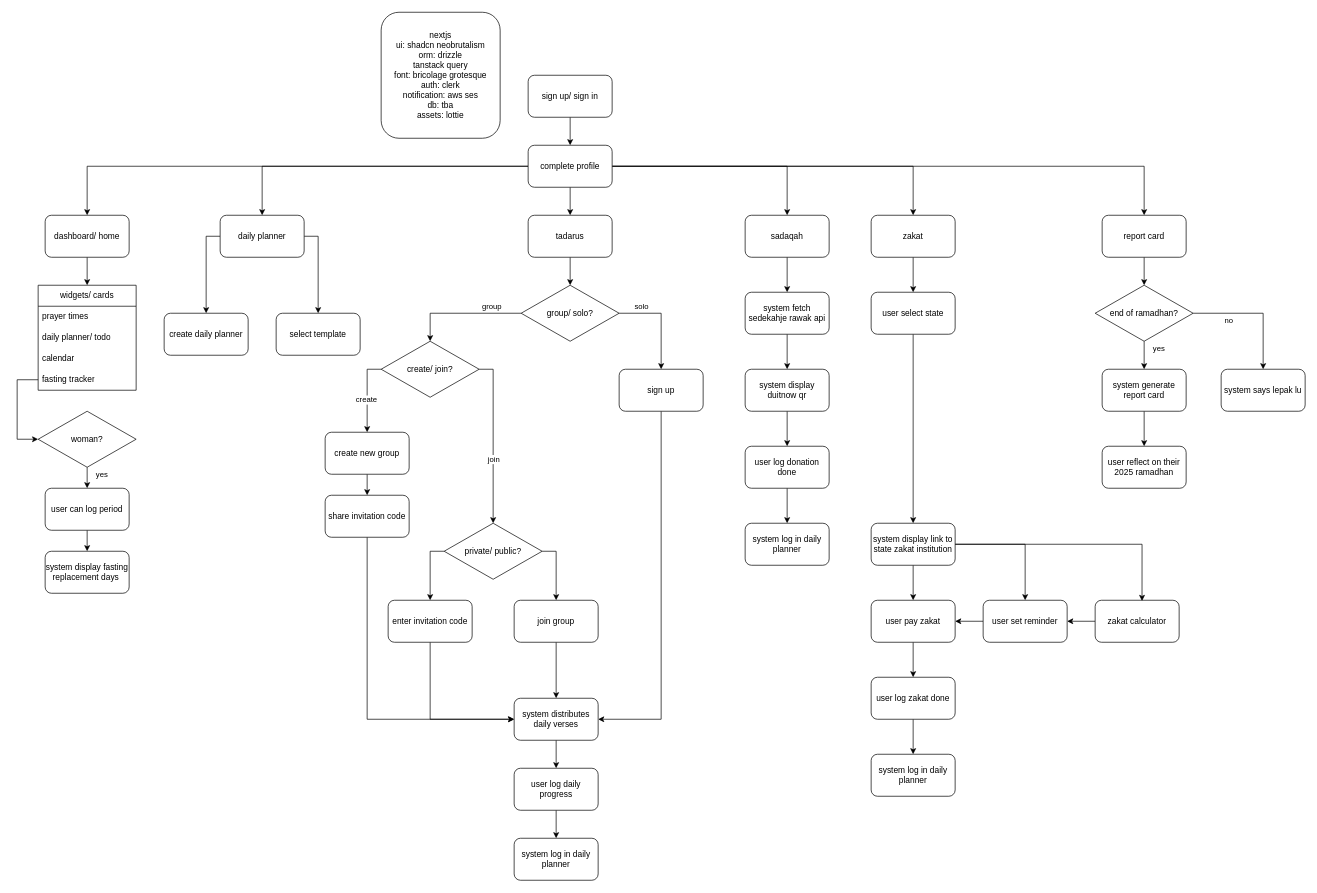
Earlier version of the draw.io diagram tadarus-flowchart.drawio (khrnchn/tadarus). Source tidied: cells renumbered, new cells numbered last; positions are measured from the earlier drawing's top-left corner, leaving out a move shared by most shapes. Both pictures are drawn from the tidied source at 70%, with x=0, y=0 at pixel (17, 12).
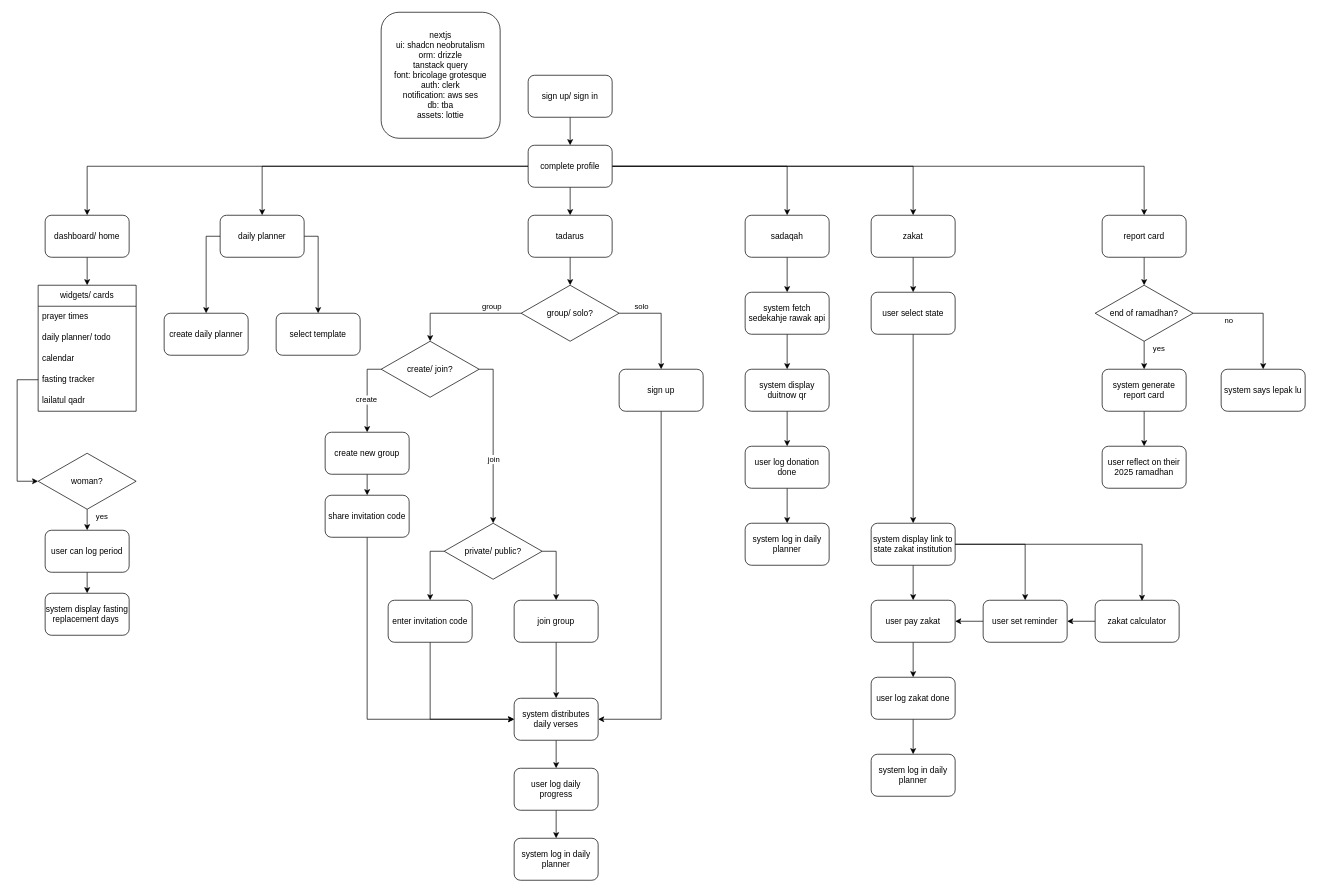
After the change.

Commit message:
:memo: add lailatul qadr

The change refers to these unchanged cells:
```xml
<mxCell id="86" value="fasting tracker" style="text;strokeColor=none;fillColor=none;align=left;verticalAlign=middle;spacingLeft=4;spacingRight=4;overflow=hidden;points=[[0,0.5],[1,0.5]];portConstraint=eastwest;whiteSpace=wrap;html=1;" parent="82" vertex="1">
  <mxGeometry y="120" width="140" height="30" as="geometry" />
</mxCell>
```

Change to the diagram source:
```diff
@@
     <mxCell id="82" value="widgets/ cards" style="swimlane;fontStyle=0;horizontal=1;startSize=30;whiteSpace=wrap;html=1;" parent="1" vertex="1">
-      <mxGeometry x="30" y="390" width="140" height="150" as="geometry" />
+      <mxGeometry x="30" y="390" width="140" height="180" as="geometry" />
     </mxCell>
@@
+    <mxCell id="98" value="lailatul qadr" style="text;strokeColor=none;fillColor=none;align=left;verticalAlign=middle;spacingLeft=4;spacingRight=4;overflow=hidden;whiteSpace=wrap;html=1;" parent="82" vertex="1">
+      <mxGeometry y="150" width="140" height="30" as="geometry" />
+    </mxCell>
@@
     <mxCell id="89" value="woman?" style="rhombus;whiteSpace=wrap;html=1;" parent="1" vertex="1">
-      <mxGeometry x="30" y="570" width="140" height="80" as="geometry" />
+      <mxGeometry x="30" y="630" width="140" height="80" as="geometry" />
     </mxCell>
-    <mxCell id="90" style="edgeStyle=orthogonalEdgeStyle;rounded=0;jettySize=auto;html=1;exitX=0;exitY=0.5;exitDx=0;exitDy=0;entryX=0;entryY=0.5;entryDx=0;entryDy=0;" parent="1" edge="1" source="86" target="89">
-      <mxGeometry relative="1" as="geometry">
-        <Array as="points">
-          <mxPoint y="525" />
-          <mxPoint y="610" />
-        </Array>
-      </mxGeometry>
-    </mxCell>
@@
     <mxCell id="92" value="user can log period" style="rounded=1;whiteSpace=wrap;html=1;" parent="1" vertex="1">
-      <mxGeometry x="40" y="680" width="120" height="60" as="geometry" />
+      <mxGeometry x="40" y="740" width="120" height="60" as="geometry" />
     </mxCell>
     <mxCell id="93" value="system display fasting replacement days&amp;nbsp;" style="rounded=1;whiteSpace=wrap;html=1;" parent="1" vertex="1">
-      <mxGeometry x="40" y="770" width="120" height="60" as="geometry" />
+      <mxGeometry x="40" y="830" width="120" height="60" as="geometry" />
     </mxCell>
@@
+    <mxCell id="90" style="edgeStyle=orthogonalEdgeStyle;rounded=0;jettySize=auto;html=1;exitX=0;exitY=0.5;exitDx=0;exitDy=0;entryX=0;entryY=0.5;entryDx=0;entryDy=0;" parent="1" edge="1" source="86" target="89">
+      <mxGeometry relative="1" as="geometry">
+        <Array as="points">
+          <mxPoint y="525" />
+          <mxPoint y="670" />
+        </Array>
+      </mxGeometry>
+    </mxCell>
```
